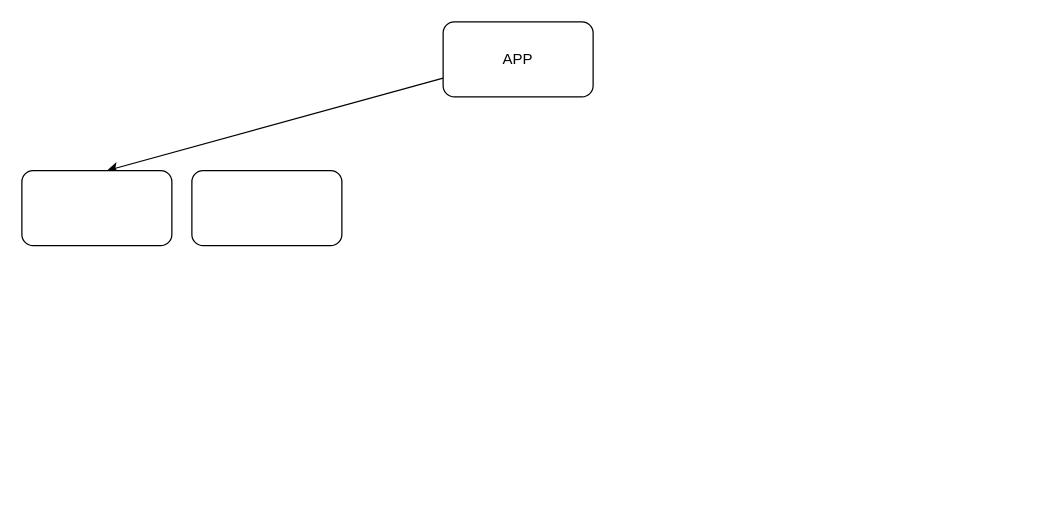
The draw.io diagram WYR-Component-Hierarchy.drawio in rararamberg/would-you-rather, before the edit. Source tidied: cells renumbered, new cells numbered last; positions are measured from the earlier drawing's top-left corner, leaving out a move shared by most shapes. Both pictures are drawn from the tidied source at 125%, with x=0, y=0 at pixel (21, 21).
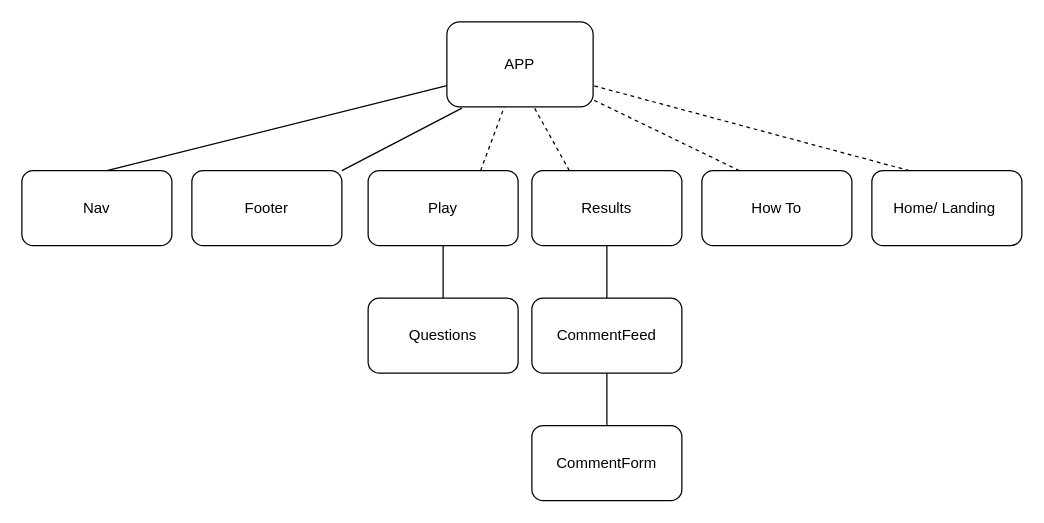
After the change.

The edit, as a diff of the source:
```diff
@@
-    <mxCell id="2" style="edgeStyle=none;rounded=0;jettySize=auto;html=1;exitX=0;exitY=0.75;exitDx=0;exitDy=0;entryX=0.567;entryY=0;entryDx=0;entryDy=0;entryPerimeter=0;" parent="1" edge="1" source="3" target="4">
+    <mxCell id="2" style="edgeStyle=none;rounded=0;jettySize=auto;html=1;exitX=0;exitY=0.75;exitDx=0;exitDy=0;entryX=0.567;entryY=0;entryDx=0;entryDy=0;entryPerimeter=0;endArrow=none;endFill=0;" parent="1" edge="1" source="3" target="4">
       <mxGeometry relative="1" as="geometry" />
     </mxCell>
     <mxCell id="3" value="APP" style="rounded=1;whiteSpace=wrap;html=1;" parent="1" vertex="1">
-      <mxGeometry x="337" width="120" height="60" as="geometry" />
+      <mxGeometry x="340" width="117" height="68" as="geometry" />
     </mxCell>
-    <mxCell id="4" style="rounded=1;whiteSpace=wrap;html=1;" parent="1" vertex="1">
+    <mxCell id="4" value="Nav" style="rounded=1;whiteSpace=wrap;html=1;" parent="1" vertex="1">
       <mxGeometry y="119" width="120" height="60" as="geometry" />
     </mxCell>
+    <mxCell id="6" style="rounded=0;jettySize=auto;html=1;exitX=1;exitY=0;exitDx=0;exitDy=0;entryX=0.103;entryY=1.015;entryDx=0;entryDy=0;entryPerimeter=0;endArrow=none;endFill=0;" parent="1" edge="1" source="5" target="3">
+      <mxGeometry relative="1" as="geometry" />
+    </mxCell>
-    <mxCell id="5" style="rounded=1;whiteSpace=wrap;html=1;" parent="1" vertex="1">
+    <mxCell id="5" value="Footer" style="rounded=1;whiteSpace=wrap;html=1;" parent="1" vertex="1">
       <mxGeometry x="136" y="119" width="120" height="60" as="geometry" />
     </mxCell>
+    <mxCell id="7" style="edgeStyle=none;rounded=0;jettySize=auto;html=1;exitX=0.25;exitY=0;exitDx=0;exitDy=0;endArrow=none;endFill=0;dashed=1;" parent="1" edge="1" source="8" target="3">
+      <mxGeometry relative="1" as="geometry" />
+    </mxCell>
+    <mxCell id="8" value="How To" style="rounded=1;whiteSpace=wrap;html=1;" parent="1" vertex="1">
+      <mxGeometry x="544" y="119" width="120" height="60" as="geometry" />
+    </mxCell>
+    <mxCell id="9" style="edgeStyle=none;rounded=0;jettySize=auto;html=1;exitX=0.75;exitY=0;exitDx=0;exitDy=0;endArrow=none;endFill=0;dashed=1;" parent="1" edge="1" source="10" target="3">
+      <mxGeometry relative="1" as="geometry" />
+    </mxCell>
+    <mxCell id="10" value="Play" style="rounded=1;whiteSpace=wrap;html=1;" parent="1" vertex="1">
+      <mxGeometry x="277" y="119" width="120" height="60" as="geometry" />
+    </mxCell>
+    <mxCell id="11" style="edgeStyle=none;rounded=0;jettySize=auto;html=1;exitX=0.25;exitY=0;exitDx=0;exitDy=0;entryX=0.59;entryY=0.985;entryDx=0;entryDy=0;entryPerimeter=0;endArrow=none;endFill=0;dashed=1;" parent="1" edge="1" source="13" target="3">
+      <mxGeometry relative="1" as="geometry" />
+    </mxCell>
+    <mxCell id="12" style="edgeStyle=none;rounded=0;jettySize=auto;html=1;exitX=0.5;exitY=1;exitDx=0;exitDy=0;entryX=0.5;entryY=0;entryDx=0;entryDy=0;endArrow=none;endFill=0;" parent="1" edge="1" source="13" target="16">
+      <mxGeometry relative="1" as="geometry" />
+    </mxCell>
+    <mxCell id="13" value="Results" style="rounded=1;whiteSpace=wrap;html=1;" parent="1" vertex="1">
+      <mxGeometry x="408" y="119" width="120" height="60" as="geometry" />
+    </mxCell>
+    <mxCell id="14" style="edgeStyle=none;rounded=0;jettySize=auto;html=1;exitX=0.25;exitY=0;exitDx=0;exitDy=0;entryX=1;entryY=0.75;entryDx=0;entryDy=0;dashed=1;endArrow=none;endFill=0;" parent="1" edge="1" source="15" target="3">
+      <mxGeometry relative="1" as="geometry" />
+    </mxCell>
+    <mxCell id="15" value="Home/ Landing&amp;nbsp;" style="rounded=1;whiteSpace=wrap;html=1;" parent="1" vertex="1">
+      <mxGeometry x="680" y="119" width="120" height="60" as="geometry" />
+    </mxCell>
+    <mxCell id="16" value="CommentFeed" style="rounded=1;whiteSpace=wrap;html=1;" parent="1" vertex="1">
+      <mxGeometry x="408" y="221" width="120" height="60" as="geometry" />
+    </mxCell>
+    <mxCell id="17" style="edgeStyle=none;rounded=0;jettySize=auto;html=1;exitX=0.5;exitY=0;exitDx=0;exitDy=0;entryX=0.5;entryY=1;entryDx=0;entryDy=0;endArrow=none;endFill=0;" parent="1" edge="1" source="18" target="16">
+      <mxGeometry relative="1" as="geometry" />
+    </mxCell>
+    <mxCell id="18" value="CommentForm" style="rounded=1;whiteSpace=wrap;html=1;" parent="1" vertex="1">
+      <mxGeometry x="408" y="323" width="120" height="60" as="geometry" />
+    </mxCell>
+    <mxCell id="19" style="edgeStyle=none;rounded=0;jettySize=auto;html=1;exitX=0.5;exitY=0;exitDx=0;exitDy=0;endArrow=none;endFill=0;" parent="1" edge="1" source="20" target="10">
+      <mxGeometry relative="1" as="geometry" />
+    </mxCell>
+    <mxCell id="20" value="Questions" style="rounded=1;whiteSpace=wrap;html=1;" parent="1" vertex="1">
+      <mxGeometry x="277" y="221" width="120" height="60" as="geometry" />
+    </mxCell>
```
